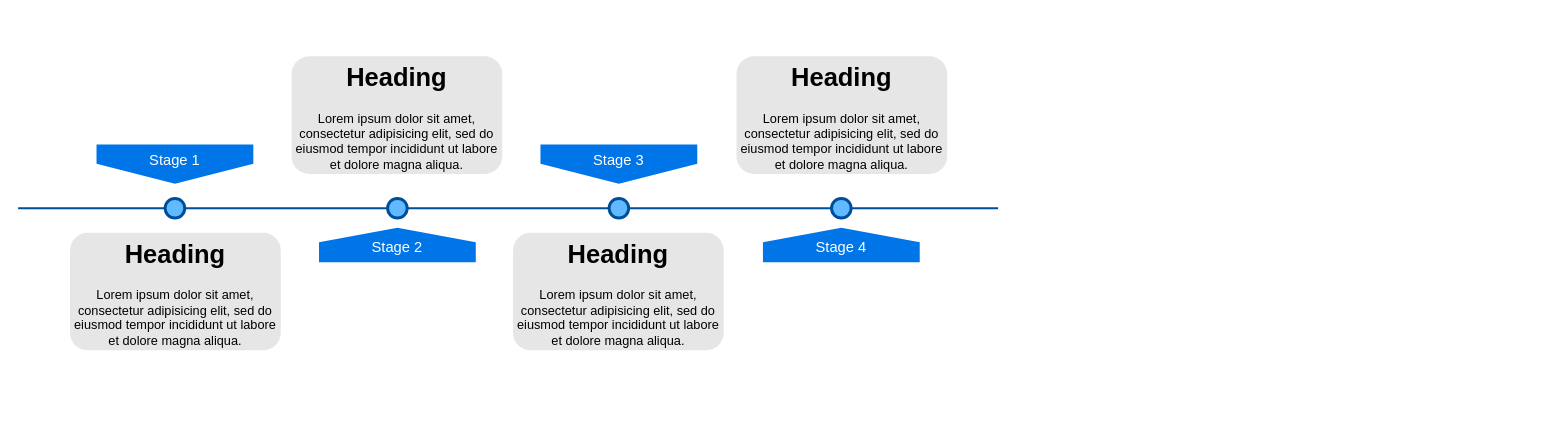
This is Untitled Diagram.drawio from JackHsiung/totoro, a draw.io file, before an edit. Source tidied: cells renumbered, new cells numbered last; positions are measured from the earlier drawing's top-left corner, leaving out a move shared by most shapes. Both pictures are drawn from the tidied source at 98%, with x=0, y=0 at pixel (18, 56).
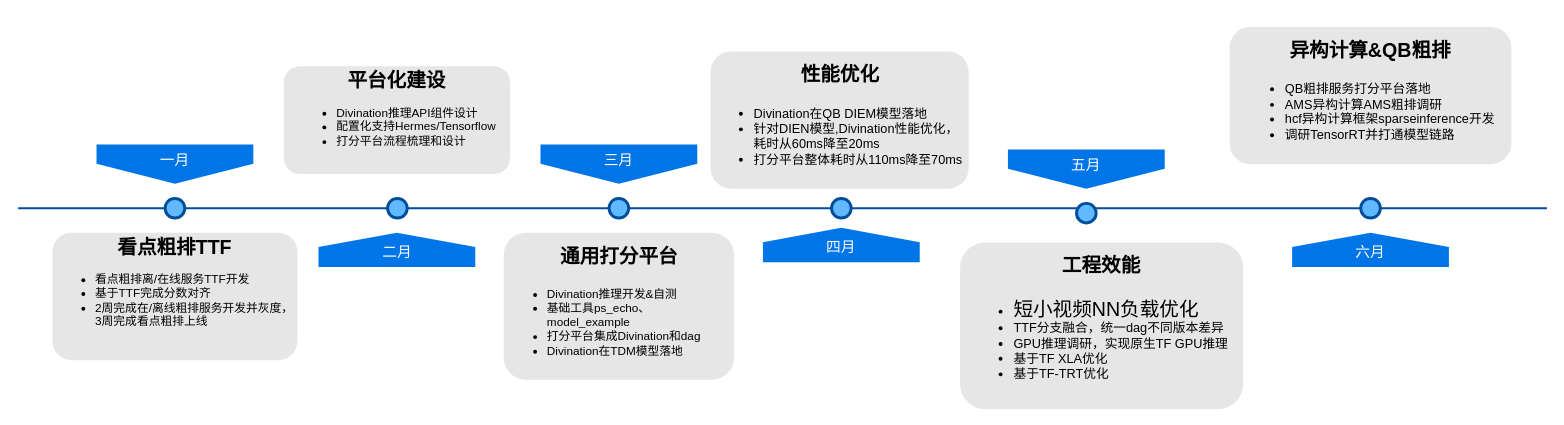
Above is the later version.

Change to the diagram source:
```diff
@@
     <mxCell id="2" style="line;strokeWidth=2;html=1;fillColor=none;fontSize=28;fontColor=#004D99;strokeColor=#004D99;" parent="1" vertex="1">
-      <mxGeometry y="150" width="1000" height="10" as="geometry" />
+      <mxGeometry y="150" width="1560" height="10" as="geometry" />
     </mxCell>
-    <mxCell id="3" value="Stage 1" style="shape=offPageConnector;whiteSpace=wrap;html=1;fillColor=#0075E8;fontSize=15;fontColor=#FFFFFF;size=0.5093750000000015;verticalAlign=top;strokeColor=none;" parent="1" vertex="1">
+    <mxCell id="3" value="一月" style="shape=offPageConnector;whiteSpace=wrap;html=1;fillColor=#0075E8;fontSize=15;fontColor=#FFFFFF;size=0.5093750000000015;verticalAlign=top;strokeColor=none;gradientDirection=east;" parent="1" vertex="1">
       <mxGeometry x="80" y="90" width="160" height="40" as="geometry" />
     </mxCell>
-    <mxCell id="4" value="&lt;span&gt;Stage 3&lt;/span&gt;" style="shape=offPageConnector;whiteSpace=wrap;html=1;fillColor=#0075E8;fontSize=15;fontColor=#FFFFFF;size=0.5093750000000015;verticalAlign=top;strokeColor=none;" parent="1" vertex="1">
+    <mxCell id="4" value="三月" style="shape=offPageConnector;whiteSpace=wrap;html=1;fillColor=#0075E8;fontSize=15;fontColor=#FFFFFF;size=0.5093750000000015;verticalAlign=top;strokeColor=none;" parent="1" vertex="1">
       <mxGeometry x="533" y="90" width="160" height="40" as="geometry" />
     </mxCell>
-    <mxCell id="5" value="&lt;span&gt;Stage 2&lt;/span&gt;" style="shape=offPageConnector;whiteSpace=wrap;html=1;fillColor=#0075E8;fontSize=15;fontColor=#FFFFFF;size=0.4178571428571445;flipV=1;verticalAlign=bottom;strokeColor=none;spacingBottom=4;" parent="1" vertex="1">
-      <mxGeometry x="307" y="175" width="160" height="35" as="geometry" />
+    <mxCell id="5" value="二月" style="shape=offPageConnector;whiteSpace=wrap;html=1;fillColor=#0075E8;fontSize=15;fontColor=#FFFFFF;size=0.4178571428571445;flipV=1;verticalAlign=bottom;strokeColor=none;spacingBottom=4;" parent="1" vertex="1">
+      <mxGeometry x="306.5" y="180" width="160" height="35" as="geometry" />
     </mxCell>
-    <mxCell id="6" value="&lt;span&gt;Stage 4&lt;/span&gt;" style="shape=offPageConnector;whiteSpace=wrap;html=1;fillColor=#0075E8;fontSize=15;fontColor=#FFFFFF;size=0.4178571428571445;flipV=1;verticalAlign=bottom;strokeColor=none;spacingBottom=4;" parent="1" vertex="1">
+    <mxCell id="6" value="四月" style="shape=offPageConnector;whiteSpace=wrap;html=1;fillColor=#0075E8;fontSize=15;fontColor=#FFFFFF;size=0.4178571428571445;flipV=1;verticalAlign=bottom;strokeColor=none;spacingBottom=4;" parent="1" vertex="1">
       <mxGeometry x="760" y="175" width="160" height="35" as="geometry" />
     </mxCell>
@@
-    <mxCell id="11" value="&lt;h1&gt;Heading&lt;/h1&gt;&lt;p&gt;Lorem ipsum dolor sit amet, consectetur adipisicing elit, sed do eiusmod tempor incididunt ut labore et dolore magna aliqua.&lt;/p&gt;" style="text;html=1;spacing=5;spacingTop=-20;whiteSpace=wrap;overflow=hidden;strokeColor=none;strokeWidth=3;fillColor=#E6E6E6;fontSize=13;fontColor=#000000;align=center;rounded=1;" parent="1" vertex="1">
-      <mxGeometry x="53" y="180" width="215" height="120" as="geometry" />
+    <mxCell id="11" value="&lt;h1 style=&quot;font-size: 20px&quot;&gt;&lt;font style=&quot;font-size: 20px&quot;&gt;看点粗排TTF&lt;/font&gt;&lt;/h1&gt;&lt;div&gt;&lt;font style=&quot;font-size: 20px&quot;&gt;&lt;div style=&quot;text-align: left ; font-size: 12px&quot;&gt;&lt;ul&gt;&lt;li&gt;看点粗排离/在线服务TTF开发&lt;/li&gt;&lt;li&gt;基于TTF完成分数对齐&lt;/li&gt;&lt;li&gt;2周完成在/离线粗排服务开发并灰度，3周完成看点粗排上线&lt;/li&gt;&lt;/ul&gt;&lt;/div&gt;&lt;/font&gt;&lt;/div&gt;" style="text;html=1;spacing=5;spacingTop=-20;whiteSpace=wrap;overflow=hidden;strokeColor=none;strokeWidth=3;fillColor=#E6E6E6;fontSize=13;fontColor=#000000;align=center;rounded=1;" parent="1" vertex="1">
+      <mxGeometry x="35" y="180" width="250" height="130" as="geometry" />
     </mxCell>
-    <mxCell id="12" value="&lt;h1&gt;Heading&lt;/h1&gt;&lt;p&gt;Lorem ipsum dolor sit amet, consectetur adipisicing elit, sed do eiusmod tempor incididunt ut labore et dolore magna aliqua.&lt;/p&gt;" style="text;html=1;spacing=5;spacingTop=-20;whiteSpace=wrap;overflow=hidden;strokeColor=none;strokeWidth=3;fillColor=#E6E6E6;fontSize=13;fontColor=#000000;align=center;rounded=1;" parent="1" vertex="1">
-      <mxGeometry x="279" width="215" height="120" as="geometry" />
+    <mxCell id="12" value="&lt;h1 style=&quot;font-size: 20px&quot;&gt;&lt;font style=&quot;font-size: 20px&quot;&gt;平台化建设&lt;/font&gt;&lt;/h1&gt;&lt;h1 style=&quot;font-size: 20px&quot;&gt;&lt;div style=&quot;text-align: left ; font-size: 12px&quot;&gt;&lt;ul&gt;&lt;li&gt;&lt;span style=&quot;font-weight: normal&quot;&gt;Divination推理API组件设计&lt;/span&gt;&lt;/li&gt;&lt;li&gt;&lt;span style=&quot;font-weight: normal&quot;&gt;配置化支持Hermes/Tensorflow&lt;/span&gt;&lt;/li&gt;&lt;li&gt;&lt;span style=&quot;font-weight: normal&quot;&gt;打分平台流程梳理和设计&lt;/span&gt;&lt;/li&gt;&lt;/ul&gt;&lt;/div&gt;&lt;font style=&quot;font-size: 20px ; font-weight: normal&quot;&gt;&lt;br&gt;&lt;/font&gt;&lt;/h1&gt;&lt;h1 style=&quot;font-size: 20px&quot;&gt;&lt;font style=&quot;font-size: 20px ; font-weight: normal&quot;&gt;&lt;br&gt;&lt;/font&gt;&lt;/h1&gt;&lt;h1 style=&quot;font-size: 20px&quot;&gt;&lt;font style=&quot;font-size: 20px ; font-weight: normal&quot;&gt;&lt;br&gt;&lt;br&gt;&lt;/font&gt;&lt;/h1&gt;" style="text;html=1;spacing=5;spacingTop=-20;whiteSpace=wrap;overflow=hidden;strokeColor=none;strokeWidth=3;fillColor=#E6E6E6;fontSize=13;fontColor=#000000;align=center;rounded=1;" parent="1" vertex="1">
+      <mxGeometry x="271" y="10" width="231" height="110" as="geometry" />
     </mxCell>
-    <mxCell id="13" value="&lt;h1&gt;Heading&lt;/h1&gt;&lt;p&gt;Lorem ipsum dolor sit amet, consectetur adipisicing elit, sed do eiusmod tempor incididunt ut labore et dolore magna aliqua.&lt;/p&gt;" style="text;html=1;spacing=5;spacingTop=-20;whiteSpace=wrap;overflow=hidden;strokeColor=none;strokeWidth=3;fillColor=#E6E6E6;fontSize=13;fontColor=#000000;align=center;rounded=1;" parent="1" vertex="1">
-      <mxGeometry x="505" y="180" width="215" height="120" as="geometry" />
+    <mxCell id="13" value="&lt;h1&gt;&lt;span style=&quot;font-size: 20px&quot;&gt;通用打分平台&lt;/span&gt;&lt;/h1&gt;&lt;div style=&quot;font-size: 12px&quot;&gt;&lt;div style=&quot;text-align: left&quot;&gt;&lt;ul&gt;&lt;li&gt;&lt;span&gt;Divination推理开发&amp;amp;自测&lt;/span&gt;&lt;/li&gt;&lt;li&gt;基础工具ps_echo、model_example&lt;/li&gt;&lt;li&gt;打分平台集成Divination和dag&lt;/li&gt;&lt;li&gt;Divination在TDM模型落地&lt;/li&gt;&lt;/ul&gt;&lt;/div&gt;&lt;/div&gt;" style="text;html=1;spacing=5;spacingTop=-20;whiteSpace=wrap;overflow=hidden;strokeColor=none;strokeWidth=3;fillColor=#E6E6E6;fontSize=13;fontColor=#000000;align=center;rounded=1;" parent="1" vertex="1">
+      <mxGeometry x="495.5" y="180" width="235" height="150" as="geometry" />
     </mxCell>
-    <mxCell id="14" value="&lt;h1&gt;Heading&lt;/h1&gt;&lt;p&gt;Lorem ipsum dolor sit amet, consectetur adipisicing elit, sed do eiusmod tempor incididunt ut labore et dolore magna aliqua.&lt;/p&gt;" style="text;html=1;spacing=5;spacingTop=-20;whiteSpace=wrap;overflow=hidden;strokeColor=none;strokeWidth=3;fillColor=#E6E6E6;fontSize=13;fontColor=#000000;align=center;rounded=1;" parent="1" vertex="1">
-      <mxGeometry x="733" width="215" height="120" as="geometry" />
+    <mxCell id="14" value="&lt;h1&gt;&lt;font style=&quot;font-size: 20px&quot;&gt;性能优化&lt;/font&gt;&lt;/h1&gt;&lt;p&gt;&lt;/p&gt;&lt;div style=&quot;text-align: left&quot;&gt;&lt;ul&gt;&lt;li&gt;&lt;span&gt;Divination在QB DIEM模型落地&lt;/span&gt;&lt;/li&gt;&lt;li&gt;&lt;span&gt;针对DIEN模型,Divination性能优化，耗时从60ms降至20ms&lt;/span&gt;&lt;/li&gt;&lt;li&gt;&lt;span&gt;打分平台整体耗时从110ms降至70ms&lt;/span&gt;&lt;/li&gt;&lt;/ul&gt;&lt;/div&gt;&lt;p&gt;&lt;/p&gt;" style="text;html=1;spacing=5;spacingTop=-20;whiteSpace=wrap;overflow=hidden;strokeColor=none;strokeWidth=3;fillColor=#E6E6E6;fontSize=13;fontColor=#000000;align=center;rounded=1;" parent="1" vertex="1">
+      <mxGeometry x="706.5" y="-5" width="263.5" height="140" as="geometry" />
     </mxCell>
+    <mxCell id="15" style="ellipse;whiteSpace=wrap;html=1;fillColor=#61BAFF;fontSize=28;fontColor=#004D99;strokeWidth=3;strokeColor=#004D99;" parent="1" vertex="1">
+      <mxGeometry x="1080" y="150" width="20" height="20" as="geometry" />
+    </mxCell>
+    <mxCell id="16" value="&lt;h1&gt;&lt;font style=&quot;font-size: 20px&quot;&gt;工程效能&lt;/font&gt;&lt;/h1&gt;&lt;div&gt;&lt;div style=&quot;text-align: left&quot;&gt;&lt;ul&gt;&lt;li&gt;&lt;span style=&quot;font-size: 20px&quot;&gt;短小视频NN负载优化&lt;/span&gt;&lt;/li&gt;&lt;li&gt;&lt;span&gt;TTF分支融合，统一dag不同版本差异&lt;/span&gt;&lt;/li&gt;&lt;li&gt;&lt;span&gt;GPU推理调研，实现原生TF GPU推理&lt;/span&gt;&lt;/li&gt;&lt;li&gt;&lt;span&gt;基于TF XLA优化&lt;/span&gt;&lt;/li&gt;&lt;li&gt;&lt;span&gt;基于TF-TRT优化&lt;/span&gt;&lt;/li&gt;&lt;/ul&gt;&lt;/div&gt;&lt;span style=&quot;font-size: 20px&quot;&gt;&lt;br&gt;&lt;/span&gt;&lt;/div&gt;" style="text;html=1;spacing=5;spacingTop=-20;whiteSpace=wrap;overflow=hidden;strokeColor=none;strokeWidth=3;fillColor=#E6E6E6;fontSize=13;fontColor=#000000;align=center;rounded=1;" parent="1" vertex="1">
+      <mxGeometry x="961.2" y="190" width="288.8" height="170" as="geometry" />
+    </mxCell>
+    <mxCell id="17" value="五月" style="shape=offPageConnector;whiteSpace=wrap;html=1;fillColor=#0075E8;fontSize=15;fontColor=#FFFFFF;size=0.5093750000000015;verticalAlign=top;strokeColor=none;" parent="1" vertex="1">
+      <mxGeometry x="1010" y="95" width="160" height="40" as="geometry" />
+    </mxCell>
+    <mxCell id="18" style="ellipse;whiteSpace=wrap;html=1;fillColor=#61BAFF;fontSize=28;fontColor=#004D99;strokeWidth=3;strokeColor=#004D99;" parent="1" vertex="1">
+      <mxGeometry x="1370" y="145" width="20" height="20" as="geometry" />
+    </mxCell>
+    <mxCell id="19" value="六月" style="shape=offPageConnector;whiteSpace=wrap;html=1;fillColor=#0075E8;fontSize=15;fontColor=#FFFFFF;size=0.4178571428571445;flipV=1;verticalAlign=bottom;strokeColor=none;spacingBottom=4;" parent="1" vertex="1">
+      <mxGeometry x="1300" y="180" width="160" height="35" as="geometry" />
+    </mxCell>
+    <mxCell id="20" value="&lt;h1&gt;&lt;font style=&quot;font-size: 20px&quot;&gt;异构计算&amp;amp;QB粗排&lt;/font&gt;&lt;/h1&gt;&lt;p&gt;&lt;div style=&quot;text-align: left&quot;&gt;&lt;ul&gt;&lt;li&gt;&lt;span&gt;QB粗排服务打分平台落地&lt;/span&gt;&lt;/li&gt;&lt;li&gt;&lt;span&gt;AMS异构计算AMS粗排调研&lt;/span&gt;&lt;/li&gt;&lt;li&gt;&lt;span&gt;hcf异构计算框架sparseinference开发&lt;/span&gt;&lt;/li&gt;&lt;li&gt;&lt;span&gt;调研TensorRT并打通模型链路&lt;/span&gt;&lt;/li&gt;&lt;/ul&gt;&lt;/div&gt;&lt;/p&gt;&lt;p&gt;&lt;br&gt;&lt;br&gt;&lt;/p&gt;" style="text;html=1;spacing=5;spacingTop=-20;whiteSpace=wrap;overflow=hidden;strokeColor=none;strokeWidth=3;fillColor=#E6E6E6;fontSize=13;fontColor=#000000;align=center;rounded=1;" parent="1" vertex="1">
+      <mxGeometry x="1236.2" y="-30" width="287.5" height="140" as="geometry" />
+    </mxCell>
```
